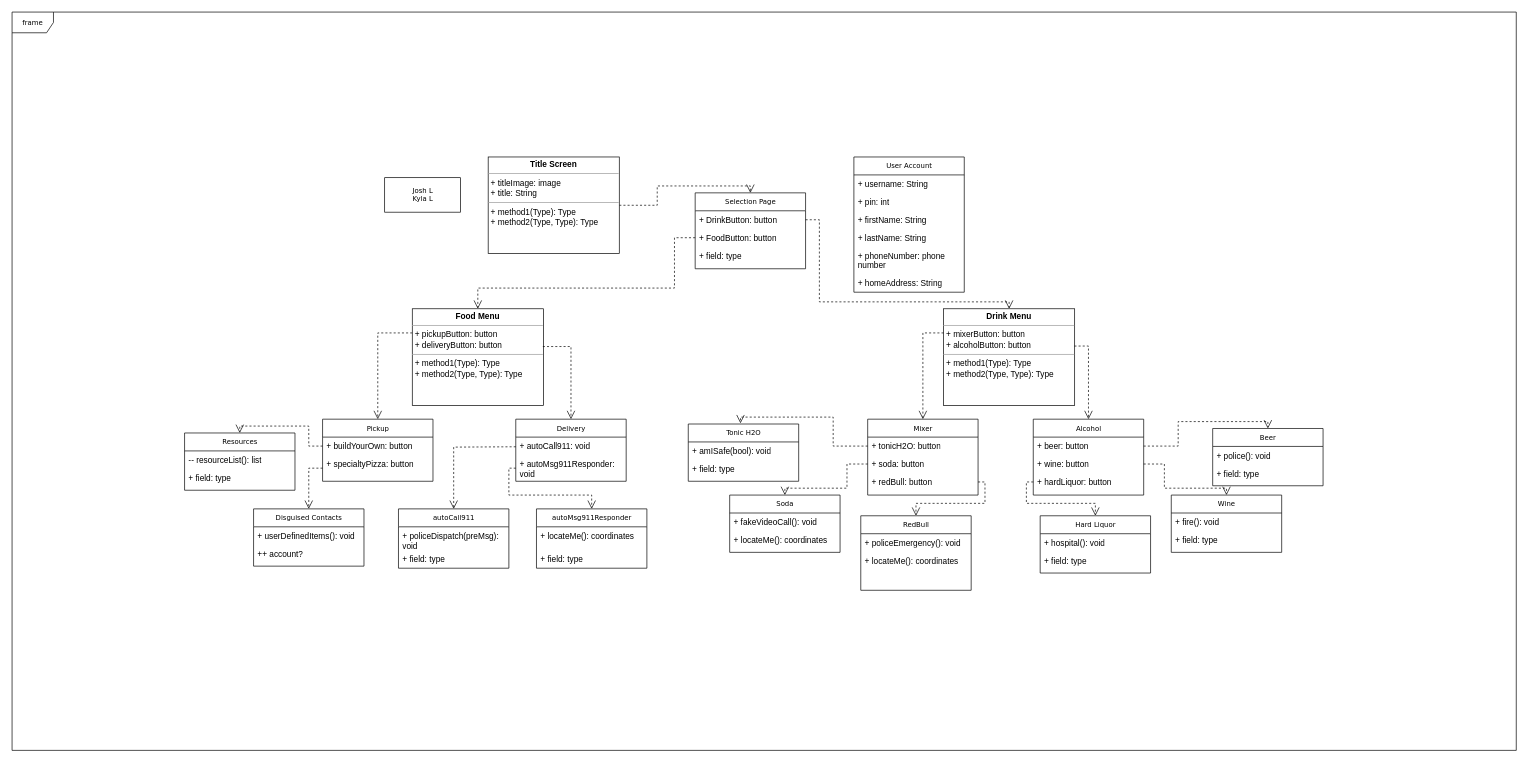
This is Project Documents/Architecture and Design.drawio from jlavine0/SPAngelasAFDelivery, a draw.io file, before an edit. Source tidied: cells renumbered, new cells numbered last; positions are measured from the earlier drawing's top-left corner, leaving out a move shared by most shapes. Both pictures are drawn from the tidied source at 69%, with x=0, y=0 at pixel (12, 12).
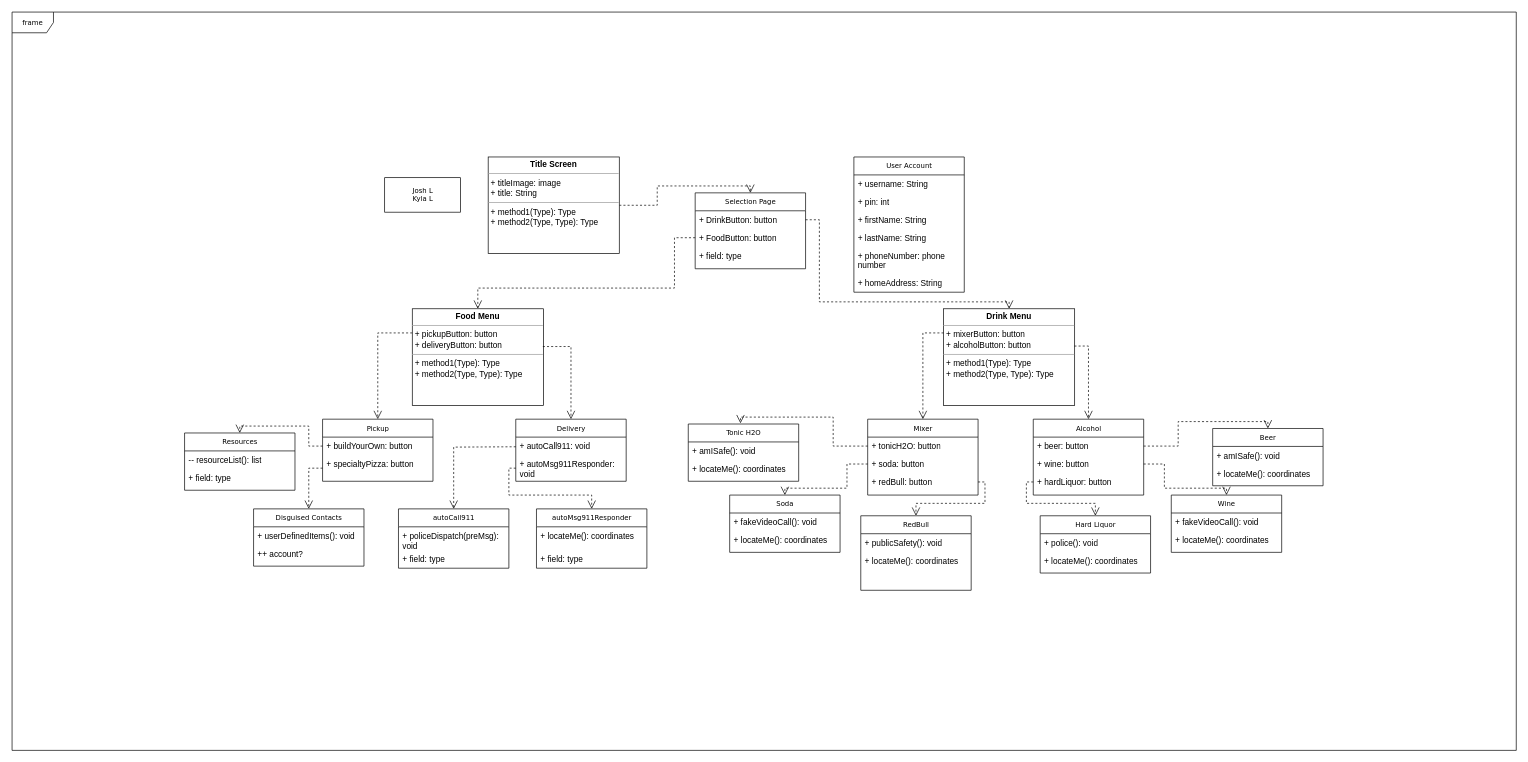
The same diagram, later.

Commit message:
Arch and Design Update

Menu diagram updated to include new "campus life" idea, added public safety to mixers and adjusted drinks section to reflect campus/public space divide. Updated but not yet adopted.

The change refers to these unchanged cells:
```xml
<mxCell id="38" value="Hard Liquor" style="swimlane;html=1;fontStyle=0;horizontal=1;startSize=26;fillColor=none;swimlaneFillColor=#ffffff;rounded=0;shadow=0;comic=0;labelBackgroundColor=none;strokeWidth=1;fontFamily=Verdana;fontSize=10;align=center;" parent="1" vertex="1">
  <mxGeometry x="1490" y="730" width="160" height="83" as="geometry" />
</mxCell>
<mxCell id="41" value="Tonic H2O" style="swimlane;html=1;fontStyle=0;horizontal=1;startSize=26;fillColor=none;swimlaneFillColor=#ffffff;rounded=0;shadow=0;comic=0;labelBackgroundColor=none;strokeWidth=1;fontFamily=Verdana;fontSize=10;align=center;" parent="1" vertex="1">
  <mxGeometry x="980" y="597" width="160" height="83" as="geometry" />
</mxCell>
<mxCell id="44" value="RedBull" style="swimlane;html=1;fontStyle=0;horizontal=1;startSize=26;fillColor=none;swimlaneFillColor=#ffffff;rounded=0;shadow=0;comic=0;labelBackgroundColor=none;strokeWidth=1;fontFamily=Verdana;fontSize=10;align=center;" parent="1" vertex="1">
  <mxGeometry x="1230" y="730" width="160" height="108" as="geometry" />
</mxCell>
<mxCell id="47" value="Wine" style="swimlane;html=1;fontStyle=0;horizontal=1;startSize=26;fillColor=none;swimlaneFillColor=#ffffff;rounded=0;shadow=0;comic=0;labelBackgroundColor=none;strokeWidth=1;fontFamily=Verdana;fontSize=10;align=center;" parent="1" vertex="1">
  <mxGeometry x="1680" y="700" width="160" height="83" as="geometry" />
</mxCell>
<mxCell id="50" value="Beer" style="swimlane;html=1;fontStyle=0;horizontal=1;startSize=26;fillColor=none;swimlaneFillColor=#ffffff;rounded=0;shadow=0;comic=0;labelBackgroundColor=none;strokeWidth=1;fontFamily=Verdana;fontSize=10;align=center;" parent="1" vertex="1">
  <mxGeometry x="1740" y="603.5" width="160" height="83" as="geometry" />
</mxCell>
```

Change to the diagram source:
```diff
@@
-    <mxCell id="39" value="+ hospital(): void" style="text;html=1;strokeColor=none;fillColor=none;align=left;verticalAlign=top;spacingLeft=4;spacingRight=4;whiteSpace=wrap;overflow=hidden;" parent="38" vertex="1">
+    <mxCell id="39" value="+ police(): void" style="text;html=1;strokeColor=none;fillColor=none;align=left;verticalAlign=top;spacingLeft=4;spacingRight=4;whiteSpace=wrap;overflow=hidden;" parent="38" vertex="1">
       <mxGeometry y="26" width="160" height="26" as="geometry" />
     </mxCell>
-    <mxCell id="40" value="+ field: type" style="text;html=1;strokeColor=none;fillColor=none;align=left;verticalAlign=top;spacingLeft=4;spacingRight=4;whiteSpace=wrap;overflow=hidden;" parent="38" vertex="1">
+    <mxCell id="40" value="+ locateMe(): coordinates" style="text;html=1;strokeColor=none;fillColor=none;align=left;verticalAlign=top;spacingLeft=4;spacingRight=4;whiteSpace=wrap;overflow=hidden;" parent="38" vertex="1">
       <mxGeometry y="52" width="160" height="26" as="geometry" />
     </mxCell>
@@
-    <mxCell id="42" value="+ amISafe(bool): void" style="text;html=1;strokeColor=none;fillColor=none;align=left;verticalAlign=top;spacingLeft=4;spacingRight=4;whiteSpace=wrap;overflow=hidden;" parent="41" vertex="1">
+    <mxCell id="42" value="+ amISafe(): void" style="text;html=1;strokeColor=none;fillColor=none;align=left;verticalAlign=top;spacingLeft=4;spacingRight=4;whiteSpace=wrap;overflow=hidden;" parent="41" vertex="1">
       <mxGeometry y="26" width="160" height="26" as="geometry" />
     </mxCell>
-    <mxCell id="43" value="+ field: type" style="text;html=1;strokeColor=none;fillColor=none;align=left;verticalAlign=top;spacingLeft=4;spacingRight=4;whiteSpace=wrap;overflow=hidden;" parent="41" vertex="1">
+    <mxCell id="43" value="+ locateMe(): coordinates" style="text;html=1;strokeColor=none;fillColor=none;align=left;verticalAlign=top;spacingLeft=4;spacingRight=4;whiteSpace=wrap;overflow=hidden;" parent="41" vertex="1">
       <mxGeometry y="52" width="160" height="26" as="geometry" />
     </mxCell>
@@
-    <mxCell id="45" value="+ policeEmergency(): void" style="text;html=1;strokeColor=none;fillColor=none;align=left;verticalAlign=top;spacingLeft=4;spacingRight=4;whiteSpace=wrap;overflow=hidden;" parent="44" vertex="1">
+    <mxCell id="45" value="+ publicSafety(): void" style="text;html=1;strokeColor=none;fillColor=none;align=left;verticalAlign=top;spacingLeft=4;spacingRight=4;whiteSpace=wrap;overflow=hidden;" parent="44" vertex="1">
       <mxGeometry y="26" width="160" height="26" as="geometry" />
     </mxCell>
@@
-    <mxCell id="48" value="+ fire(): void" style="text;html=1;strokeColor=none;fillColor=none;align=left;verticalAlign=top;spacingLeft=4;spacingRight=4;whiteSpace=wrap;overflow=hidden;" parent="47" vertex="1">
+    <mxCell id="48" value="+ fakeVideoCall(): void" style="text;html=1;strokeColor=none;fillColor=none;align=left;verticalAlign=top;spacingLeft=4;spacingRight=4;whiteSpace=wrap;overflow=hidden;" parent="47" vertex="1">
       <mxGeometry y="26" width="160" height="26" as="geometry" />
     </mxCell>
-    <mxCell id="49" value="+ field: type" style="text;html=1;strokeColor=none;fillColor=none;align=left;verticalAlign=top;spacingLeft=4;spacingRight=4;whiteSpace=wrap;overflow=hidden;" parent="47" vertex="1">
+    <mxCell id="49" value="+ locateMe(): coordinates" style="text;html=1;strokeColor=none;fillColor=none;align=left;verticalAlign=top;spacingLeft=4;spacingRight=4;whiteSpace=wrap;overflow=hidden;" parent="47" vertex="1">
       <mxGeometry y="52" width="160" height="26" as="geometry" />
     </mxCell>
@@
-    <mxCell id="51" value="+ police(): void" style="text;html=1;strokeColor=none;fillColor=none;align=left;verticalAlign=top;spacingLeft=4;spacingRight=4;whiteSpace=wrap;overflow=hidden;" parent="50" vertex="1">
+    <mxCell id="51" value="+ amISafe(): void" style="text;html=1;strokeColor=none;fillColor=none;align=left;verticalAlign=top;spacingLeft=4;spacingRight=4;whiteSpace=wrap;overflow=hidden;" parent="50" vertex="1">
       <mxGeometry y="26" width="160" height="26" as="geometry" />
     </mxCell>
-    <mxCell id="52" value="+ field: type" style="text;html=1;strokeColor=none;fillColor=none;align=left;verticalAlign=top;spacingLeft=4;spacingRight=4;whiteSpace=wrap;overflow=hidden;" parent="50" vertex="1">
+    <mxCell id="52" value="+ locateMe(): coordinates" style="text;html=1;strokeColor=none;fillColor=none;align=left;verticalAlign=top;spacingLeft=4;spacingRight=4;whiteSpace=wrap;overflow=hidden;" parent="50" vertex="1">
       <mxGeometry y="52" width="160" height="26" as="geometry" />
     </mxCell>
```
